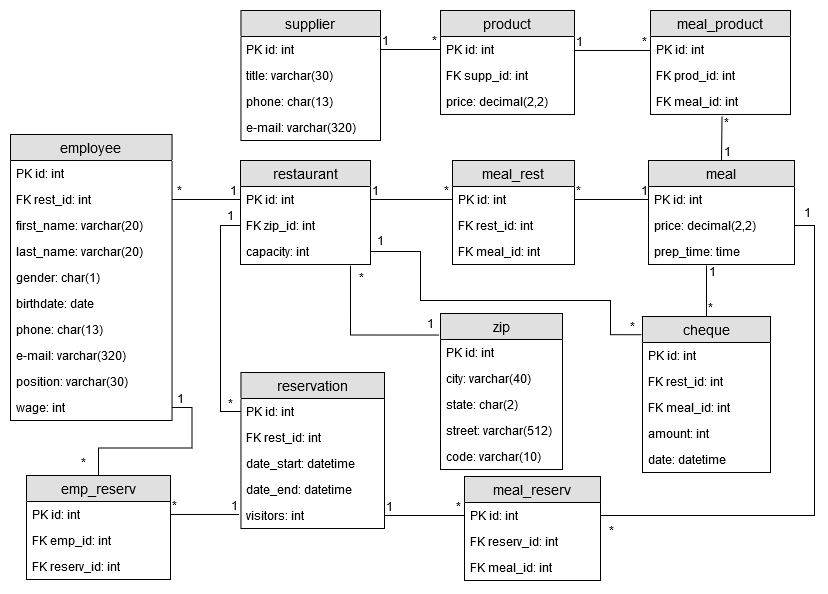
Before: img/Physical Diagram.png, a diagram exported from draw.io (olesiamelnychyn/Project-DBS). Source tidied: cells renumbered, new cells last; positions are measured from the earlier drawing's top-left corner, leaving out a move shared by most shapes.
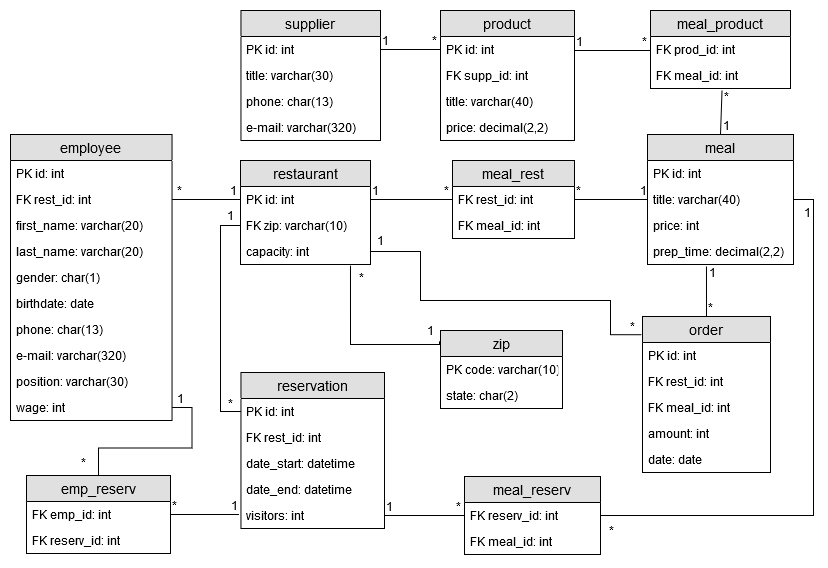
Later version of the same file.

The edit, as a diff of the source:
```diff
@@ -8,14 +8,14 @@
     <mxCell id="3" value="PK id: int" style="text;strokeColor=none;fillColor=none;spacingLeft=4;spacingRight=4;overflow=hidden;points=[[0,0.5],[1,0.5]];portConstraint=eastwest;fontSize=12;" parent="2" vertex="1">
       <mxGeometry y="26" width="130" height="26" as="geometry" />
     </mxCell>
-    <mxCell id="4" value="FK zip_id: int" style="text;strokeColor=none;fillColor=none;spacingLeft=4;spacingRight=4;overflow=hidden;points=[[0,0.5],[1,0.5]];portConstraint=eastwest;fontSize=12;" parent="2" vertex="1">
+    <mxCell id="4" value="FK zip: varchar(10)" style="text;strokeColor=none;fillColor=none;spacingLeft=4;spacingRight=4;overflow=hidden;points=[[0,0.5],[1,0.5]];portConstraint=eastwest;fontSize=12;" parent="2" vertex="1">
       <mxGeometry y="52" width="130" height="26" as="geometry" />
     </mxCell>
     <mxCell id="5" value="capacity: int" style="text;strokeColor=none;fillColor=none;spacingLeft=4;spacingRight=4;overflow=hidden;points=[[0,0.5],[1,0.5]];portConstraint=eastwest;fontSize=12;" parent="2" vertex="1">
       <mxGeometry y="78" width="130" height="26" as="geometry" />
     </mxCell>
     <mxCell id="6" value="product" style="swimlane;fontStyle=0;horizontal=1;startSize=26;fillColor=#e0e0e0;swimlaneFillColor=#ffffff;align=center;fontSize=14;" parent="1" vertex="1">
-      <mxGeometry x="430" width="134" height="104" as="geometry" />
+      <mxGeometry x="430" width="134" height="130" as="geometry" />
     </mxCell>
     <mxCell id="7" value="PK id: int" style="text;strokeColor=none;fillColor=none;spacingLeft=4;spacingRight=4;overflow=hidden;fontSize=12;" parent="6" vertex="1">
       <mxGeometry y="26" width="134" height="26" as="geometry" />
@@ -23,21 +23,30 @@
     <mxCell id="8" value="FK supp_id: int" style="text;strokeColor=none;fillColor=none;spacingLeft=4;spacingRight=4;overflow=hidden;fontSize=12;" parent="6" vertex="1">
       <mxGeometry y="52" width="134" height="26" as="geometry" />
     </mxCell>
-    <mxCell id="9" value="price: decimal(2,2)" style="text;strokeColor=none;fillColor=none;spacingLeft=4;spacingRight=4;overflow=hidden;fontSize=12;" parent="6" vertex="1">
+    <mxCell id="9" value="title: varchar(40)" style="text;strokeColor=none;fillColor=none;spacingLeft=4;spacingRight=4;overflow=hidden;fontSize=12;" parent="6" vertex="1">
       <mxGeometry y="78" width="134" height="26" as="geometry" />
     </mxCell>
+    <mxCell id="107" value="price: decimal(2,2)" style="text;strokeColor=none;fillColor=none;spacingLeft=4;spacingRight=4;overflow=hidden;fontSize=12;" parent="6" vertex="1">
+      <mxGeometry y="104" width="134" height="26" as="geometry" />
+    </mxCell>
     <mxCell id="10" value="meal_product" style="swimlane;fontStyle=0;horizontal=1;startSize=26;fillColor=#e0e0e0;swimlaneFillColor=#ffffff;align=center;fontSize=14;" parent="1" vertex="1">
-      <mxGeometry x="640" width="140" height="104" as="geometry" />
+      <mxGeometry x="640" width="140" height="78" as="geometry" />
     </mxCell>
-    <mxCell id="11" value="PK id: int" style="text;strokeColor=none;fillColor=none;spacingLeft=4;spacingRight=4;overflow=hidden;fontSize=12;" parent="10" vertex="1">
+    <mxCell id="11" value="FK prod_id: int" style="text;strokeColor=none;fillColor=none;spacingLeft=4;spacingRight=4;overflow=hidden;fontSize=12;" parent="10" vertex="1">
       <mxGeometry y="26" width="140" height="26" as="geometry" />
     </mxCell>
-    <mxCell id="12" value="FK prod_id: int" style="text;strokeColor=none;fillColor=none;spacingLeft=4;spacingRight=4;overflow=hidden;fontSize=12;" parent="10" vertex="1">
-      <mxGeometry y="52" width="140" height="26" as="geometry" />
-    </mxCell>
     <mxCell id="13" value="FK meal_id: int" style="text;strokeColor=none;fillColor=none;spacingLeft=4;spacingRight=4;overflow=hidden;points=[[0,0.5],[1,0.5]];portConstraint=eastwest;fontSize=12;" parent="10" vertex="1">
-      <mxGeometry y="78" width="140" height="26" as="geometry" />
+      <mxGeometry y="52" width="140" height="26" as="geometry" />
     </mxCell>
+    <mxCell id="101" value="zip" style="swimlane;fontStyle=0;horizontal=1;startSize=26;fillColor=#e0e0e0;swimlaneFillColor=#ffffff;align=center;fontSize=14;" parent="1" vertex="1">
+      <mxGeometry x="430" y="320" width="122" height="78" as="geometry" />
+    </mxCell>
+    <mxCell id="102" value="PK code: varchar(10)" style="text;strokeColor=none;fillColor=none;spacingLeft=4;spacingRight=4;overflow=hidden;fontSize=12;" parent="101" vertex="1">
+      <mxGeometry y="26" width="122" height="26" as="geometry" />
+    </mxCell>
+    <mxCell id="104" value="state: char(2)" style="text;strokeColor=none;fillColor=none;spacingLeft=4;spacingRight=4;overflow=hidden;fontSize=12;" parent="101" vertex="1">
+      <mxGeometry y="52" width="122" height="26" as="geometry" />
+    </mxCell>
     <mxCell id="14" value="supplier" style="swimlane;fontStyle=0;horizontal=1;startSize=26;fillColor=#e0e0e0;swimlaneFillColor=#ffffff;align=center;fontSize=14;" parent="1" vertex="1">
       <mxGeometry x="230.5" width="139.5" height="130" as="geometry" />
     </mxCell>
@@ -108,18 +117,6 @@
     <mxCell id="35" value="*" style="text;html=1;align=center;verticalAlign=middle;" parent="1" vertex="1">
       <mxGeometry x="63" y="442" width="20" height="20" as="geometry" />
     </mxCell>
-    <mxCell id="36" value="meal" style="swimlane;fontStyle=0;horizontal=1;startSize=26;fillColor=#e0e0e0;swimlaneFillColor=#ffffff;align=center;fontSize=14;" parent="1" vertex="1">
-      <mxGeometry x="638" y="150" width="146" height="104" as="geometry" />
-    </mxCell>
-    <mxCell id="37" value="PK id: int" style="text;strokeColor=none;fillColor=none;spacingLeft=4;spacingRight=4;overflow=hidden;points=[[0,0.5],[1,0.5]];portConstraint=eastwest;fontSize=12;" parent="36" vertex="1">
-      <mxGeometry y="26" width="146" height="26" as="geometry" />
-    </mxCell>
-    <mxCell id="38" value="price: decimal(2,2)" style="text;strokeColor=none;fillColor=none;spacingLeft=4;spacingRight=4;overflow=hidden;points=[[0,0.5],[1,0.5]];portConstraint=eastwest;fontSize=12;" parent="36" vertex="1">
-      <mxGeometry y="52" width="146" height="26" as="geometry" />
-    </mxCell>
-    <mxCell id="39" value="prep_time: time" style="text;strokeColor=none;fillColor=none;spacingLeft=4;spacingRight=4;overflow=hidden;fontSize=12;" parent="36" vertex="1">
-      <mxGeometry y="78" width="146" height="26" as="geometry" />
-    </mxCell>
     <mxCell id="40" value="*" style="text;html=1;align=center;verticalAlign=middle;" parent="1" vertex="1">
       <mxGeometry x="259" y="484" width="20" height="20" as="geometry" />
     </mxCell>
@@ -163,16 +160,13 @@
       <mxGeometry x="210" y="195" width="20" height="20" as="geometry" />
     </mxCell>
     <mxCell id="53" value="meal_rest" style="swimlane;fontStyle=0;horizontal=1;startSize=26;fillColor=#e0e0e0;swimlaneFillColor=#ffffff;align=center;fontSize=14;" parent="1" vertex="1">
-      <mxGeometry x="442" y="150" width="122" height="104" as="geometry" />
+      <mxGeometry x="442" y="150" width="122" height="78" as="geometry" />
     </mxCell>
-    <mxCell id="54" value="PK id: int" style="text;strokeColor=none;fillColor=none;spacingLeft=4;spacingRight=4;overflow=hidden;fontSize=12;" parent="53" vertex="1">
+    <mxCell id="54" value="FK rest_id: int" style="text;strokeColor=none;fillColor=none;spacingLeft=4;spacingRight=4;overflow=hidden;fontSize=12;" parent="53" vertex="1">
       <mxGeometry y="26" width="122" height="26" as="geometry" />
     </mxCell>
-    <mxCell id="55" value="FK rest_id: int" style="text;strokeColor=none;fillColor=none;spacingLeft=4;spacingRight=4;overflow=hidden;fontSize=12;" parent="53" vertex="1">
-      <mxGeometry y="52" width="122" height="26" as="geometry" />
-    </mxCell>
     <mxCell id="56" value="FK meal_id: int" style="text;strokeColor=none;fillColor=none;spacingLeft=4;spacingRight=4;overflow=hidden;fontSize=12;" parent="53" vertex="1">
-      <mxGeometry y="78" width="122" height="26" as="geometry" />
+      <mxGeometry y="52" width="122" height="26" as="geometry" />
     </mxCell>
     <mxCell id="57" style="endArrow=none;html=1;rounded=0;exitX=1;exitY=0.5;exitDx=0;exitDy=0;" parent="1" edge="1" source="15">
       <mxGeometry relative="1" as="geometry">
@@ -214,7 +208,7 @@
         <mxPoint x="-3" as="offset" />
       </mxGeometry>
     </mxCell>
-    <mxCell id="66" style="endArrow=none;html=1;rounded=0;exitX=1;exitY=0.5;exitDx=0;exitDy=0;entryX=0;entryY=0.5;entryDx=0;entryDy=0;" parent="1" edge="1" target="37">
+    <mxCell id="66" style="endArrow=none;html=1;rounded=0;exitX=1;exitY=0.5;exitDx=0;exitDy=0;entryX=0;entryY=0.5;entryDx=0;entryDy=0;" parent="1" edge="1" target="38">
       <mxGeometry relative="1" as="geometry">
         <mxPoint x="564" y="189" as="sourcePoint" />
       </mxGeometry>
@@ -225,7 +219,7 @@
     <mxCell id="68" value="1" style="html=1;align=right;verticalAlign=bottom;" parent="66" vertex="1">
       <mxGeometry x="1" relative="1" as="geometry" />
     </mxCell>
-    <mxCell id="69" style="endArrow=none;html=1;rounded=0;entryX=0.5;entryY=0;entryDx=0;entryDy=0;exitX=0.511;exitY=1.066;exitDx=0;exitDy=0;exitPerimeter=0;" parent="1" edge="1" source="13" target="36">
+    <mxCell id="69" style="endArrow=none;html=1;rounded=0;exitX=0.511;exitY=1.066;exitDx=0;exitDy=0;exitPerimeter=0;entryX=0.5;entryY=0;entryDx=0;entryDy=0;" parent="1" edge="1" source="13" target="36">
       <mxGeometry relative="1" as="geometry" />
     </mxCell>
     <mxCell id="70" value="*" style="html=1;align=left;verticalAlign=bottom;" parent="69" vertex="1">
@@ -241,7 +235,7 @@
     <mxCell id="72" style="edgeStyle=orthogonalEdgeStyle;rounded=0;jettySize=auto;html=1;exitX=0.846;exitY=1.045;exitDx=0;exitDy=0;entryX=-0.008;entryY=0.138;entryDx=0;entryDy=0;endArrow=none;endFill=0;exitPerimeter=0;entryPerimeter=0;" parent="1" edge="1" source="5" target="101">
       <mxGeometry relative="1" as="geometry">
         <Array as="points">
-          <mxPoint x="340" y="325" />
+          <mxPoint x="340" y="334" />
         </Array>
       </mxGeometry>
     </mxCell>
@@ -249,7 +243,7 @@
       <mxGeometry x="341" y="257" width="20" height="20" as="geometry" />
     </mxCell>
     <mxCell id="74" value="1" style="text;html=1;align=center;verticalAlign=middle;" parent="1" vertex="1">
-      <mxGeometry x="410" y="303" width="20" height="20" as="geometry" />
+      <mxGeometry x="410" y="310" width="20" height="20" as="geometry" />
     </mxCell>
     <mxCell id="75" style="endArrow=none;html=1;rounded=0;exitX=1;exitY=0.5;exitDx=0;exitDy=0;entryX=0;entryY=0.5;entryDx=0;entryDy=0;" parent="1" edge="1" source="46">
       <mxGeometry relative="1" as="geometry">
@@ -280,10 +274,8 @@
     <mxCell id="80" value="*" style="text;html=1;align=center;verticalAlign=middle;" parent="1" vertex="1">
       <mxGeometry x="612" y="306" width="20" height="20" as="geometry" />
     </mxCell>
-    <mxCell id="81" style="endArrow=none;html=1;rounded=0;exitX=0.5;exitY=0;exitDx=0;exitDy=0;" parent="1" edge="1" source="95">
-      <mxGeometry relative="1" as="geometry">
-        <mxPoint x="696" y="255" as="targetPoint" />
-      </mxGeometry>
+    <mxCell id="81" style="endArrow=none;html=1;rounded=0;exitX=0.5;exitY=0;exitDx=0;exitDy=0;entryX=0.404;entryY=1.077;entryDx=0;entryDy=0;entryPerimeter=0;" parent="1" edge="1" source="95" target="108">
+      <mxGeometry relative="1" as="geometry" />
     </mxCell>
     <mxCell id="82" value="*" style="html=1;align=left;verticalAlign=bottom;" parent="81" vertex="1">
       <mxGeometry x="-1" relative="1" as="geometry" />
@@ -303,30 +295,24 @@
       <mxGeometry x="787" y="192" width="20" height="20" as="geometry" />
     </mxCell>
     <mxCell id="87" value="emp_reserv" style="swimlane;fontStyle=0;horizontal=1;startSize=26;fillColor=#e0e0e0;swimlaneFillColor=#ffffff;align=center;fontSize=14;" parent="1" vertex="1">
-      <mxGeometry x="16" y="465" width="144" height="104" as="geometry" />
+      <mxGeometry x="16" y="465" width="144" height="78" as="geometry" />
     </mxCell>
-    <mxCell id="88" value="PK id: int" style="text;strokeColor=none;fillColor=none;spacingLeft=4;spacingRight=4;overflow=hidden;fontSize=12;" parent="87" vertex="1">
+    <mxCell id="88" value="FK emp_id: int" style="text;strokeColor=none;fillColor=none;spacingLeft=4;spacingRight=4;overflow=hidden;fontSize=12;" parent="87" vertex="1">
       <mxGeometry y="26" width="144" height="26" as="geometry" />
     </mxCell>
-    <mxCell id="89" value="FK emp_id: int" style="text;strokeColor=none;fillColor=none;spacingLeft=4;spacingRight=4;overflow=hidden;fontSize=12;" parent="87" vertex="1">
-      <mxGeometry y="52" width="144" height="26" as="geometry" />
-    </mxCell>
     <mxCell id="90" value="FK reserv_id: int" style="text;strokeColor=none;fillColor=none;spacingLeft=4;spacingRight=4;overflow=hidden;fontSize=12;" parent="87" vertex="1">
-      <mxGeometry y="78" width="144" height="26" as="geometry" />
+      <mxGeometry y="52" width="144" height="26" as="geometry" />
     </mxCell>
     <mxCell id="91" value="meal_reserv" style="swimlane;fontStyle=0;horizontal=1;startSize=26;fillColor=#e0e0e0;swimlaneFillColor=#ffffff;align=center;fontSize=14;" parent="1" vertex="1">
-      <mxGeometry x="454" y="466" width="136" height="104" as="geometry" />
+      <mxGeometry x="454" y="466" width="136" height="78" as="geometry" />
     </mxCell>
-    <mxCell id="92" value="PK id: int" style="text;strokeColor=none;fillColor=none;spacingLeft=4;spacingRight=4;overflow=hidden;points=[[0,0.5],[1,0.5]];portConstraint=eastwest;fontSize=12;" parent="91" vertex="1">
+    <mxCell id="92" value="FK reserv_id: int" style="text;strokeColor=none;fillColor=none;spacingLeft=4;spacingRight=4;overflow=hidden;points=[[0,0.5],[1,0.5]];portConstraint=eastwest;fontSize=12;" parent="91" vertex="1">
       <mxGeometry y="26" width="136" height="26" as="geometry" />
     </mxCell>
-    <mxCell id="93" value="FK reserv_id: int" style="text;strokeColor=none;fillColor=none;spacingLeft=4;spacingRight=4;overflow=hidden;fontSize=12;" parent="91" vertex="1">
-      <mxGeometry y="52" width="136" height="26" as="geometry" />
-    </mxCell>
     <mxCell id="94" value="FK meal_id: int" style="text;strokeColor=none;fillColor=none;spacingLeft=4;spacingRight=4;overflow=hidden;fontSize=12;" parent="91" vertex="1">
-      <mxGeometry y="78" width="136" height="26" as="geometry" />
+      <mxGeometry y="52" width="136" height="26" as="geometry" />
     </mxCell>
-    <mxCell id="95" value="cheque" style="swimlane;fontStyle=0;horizontal=1;startSize=26;fillColor=#e0e0e0;swimlaneFillColor=#ffffff;align=center;fontSize=14;" parent="1" vertex="1">
+    <mxCell id="95" value="order" style="swimlane;fontStyle=0;horizontal=1;startSize=26;fillColor=#e0e0e0;swimlaneFillColor=#ffffff;align=center;fontSize=14;" parent="1" vertex="1">
       <mxGeometry x="632" y="306" width="128" height="156" as="geometry" />
     </mxCell>
     <mxCell id="96" value="PK id: int" style="text;strokeColor=none;fillColor=none;spacingLeft=4;spacingRight=4;overflow=hidden;points=[[0,0.5],[1,0.5]];portConstraint=eastwest;fontSize=12;" parent="95" vertex="1">
@@ -341,26 +327,23 @@
     <mxCell id="99" value="amount: int" style="text;strokeColor=none;fillColor=none;spacingLeft=4;spacingRight=4;overflow=hidden;fontSize=12;" parent="95" vertex="1">
       <mxGeometry y="104" width="128" height="26" as="geometry" />
     </mxCell>
-    <mxCell id="100" value="date: datetime" style="text;strokeColor=none;fillColor=none;spacingLeft=4;spacingRight=4;overflow=hidden;fontSize=12;" parent="95" vertex="1">
+    <mxCell id="100" value="date: date" style="text;strokeColor=none;fillColor=none;spacingLeft=4;spacingRight=4;overflow=hidden;fontSize=12;" parent="95" vertex="1">
       <mxGeometry y="130" width="128" height="26" as="geometry" />
     </mxCell>
-    <mxCell id="101" value="zip" style="swimlane;fontStyle=0;horizontal=1;startSize=26;fillColor=#e0e0e0;swimlaneFillColor=#ffffff;align=center;fontSize=14;" parent="1" vertex="1">
-      <mxGeometry x="430" y="303" width="122" height="156" as="geometry" />
-    </mxCell>
-    <mxCell id="102" value="PK id: int" style="text;strokeColor=none;fillColor=none;spacingLeft=4;spacingRight=4;overflow=hidden;fontSize=12;" parent="101" vertex="1">
-      <mxGeometry y="26" width="122" height="26" as="geometry" />
-    </mxCell>
-    <mxCell id="103" value="city: varchar(40)" style="text;strokeColor=none;fillColor=none;spacingLeft=4;spacingRight=4;overflow=hidden;fontSize=12;" parent="101" vertex="1">
-      <mxGeometry y="52" width="122" height="26" as="geometry" />
-    </mxCell>
-    <mxCell id="104" value="state: char(2)" style="text;strokeColor=none;fillColor=none;spacingLeft=4;spacingRight=4;overflow=hidden;fontSize=12;" parent="101" vertex="1">
-      <mxGeometry y="78" width="122" height="26" as="geometry" />
-    </mxCell>
-    <mxCell id="105" value="street: varchar(512)" style="text;strokeColor=none;fillColor=none;spacingLeft=4;spacingRight=4;overflow=hidden;fontSize=12;" parent="101" vertex="1">
-      <mxGeometry y="104" width="122" height="26" as="geometry" />
-    </mxCell>
-    <mxCell id="106" value="code: varchar(10)" style="text;strokeColor=none;fillColor=none;spacingLeft=4;spacingRight=4;overflow=hidden;fontSize=12;" parent="101" vertex="1">
-      <mxGeometry y="130" width="122" height="26" as="geometry" />
-    </mxCell>
+    <mxCell id="36" value="meal" style="swimlane;fontStyle=0;horizontal=1;startSize=26;fillColor=#e0e0e0;swimlaneFillColor=#ffffff;align=center;fontSize=14;" parent="1" vertex="1">
+      <mxGeometry x="637" y="124" width="146" height="130" as="geometry" />
+    </mxCell>
+    <mxCell id="37" value="PK id: int" style="text;strokeColor=none;fillColor=none;spacingLeft=4;spacingRight=4;overflow=hidden;points=[[0,0.5],[1,0.5]];portConstraint=eastwest;fontSize=12;" parent="36" vertex="1">
+      <mxGeometry y="26" width="146" height="26" as="geometry" />
+    </mxCell>
+    <mxCell id="38" value="title: varchar(40)" style="text;strokeColor=none;fillColor=none;spacingLeft=4;spacingRight=4;overflow=hidden;points=[[0,0.5],[1,0.5]];portConstraint=eastwest;fontSize=12;" parent="36" vertex="1">
+      <mxGeometry y="52" width="146" height="26" as="geometry" />
+    </mxCell>
+    <mxCell id="39" value="price: int" style="text;strokeColor=none;fillColor=none;spacingLeft=4;spacingRight=4;overflow=hidden;fontSize=12;" parent="36" vertex="1">
+      <mxGeometry y="78" width="146" height="26" as="geometry" />
+    </mxCell>
+    <mxCell id="108" value="prep_time: decimal(2,2)" style="text;strokeColor=none;fillColor=none;spacingLeft=4;spacingRight=4;overflow=hidden;points=[[0,0.5],[1,0.5]];portConstraint=eastwest;fontSize=12;" parent="36" vertex="1">
+      <mxGeometry y="104" width="146" height="26" as="geometry" />
+    </mxCell>
   </root>
 </mxGraphModel>
```
